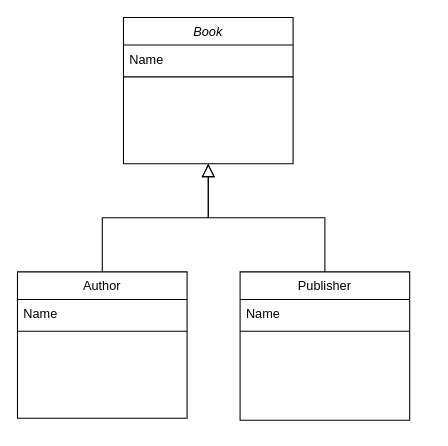
The draw.io diagram week_02/Day1/Multiple Classes.drawio in RodgerBoyce/Homework, before the edit. Source tidied: cells renumbered, new cells numbered last; positions are measured from the earlier drawing's top-left corner, leaving out a move shared by most shapes. Both pictures are drawn from the tidied source at 106%, with x=0, y=0 at pixel (17, 17).
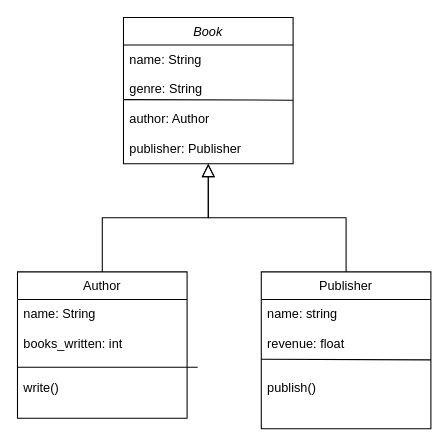
The same page after the edit.

Commit message:
classes diagram

Diff of the diagram source:
```diff
@@
 <mxGraphModel>
   <root>
     <mxCell id="0" />
     <mxCell id="1" parent="0" />
     <mxCell id="2" value="Book" style="swimlane;fontStyle=2;align=center;verticalAlign=top;horizontal=1;startSize=26;rounded=0;shadow=0;strokeWidth=1;" parent="1" vertex="1">
       <mxGeometry x="100" width="160" height="138" as="geometry" />
     </mxCell>
+    <mxCell id="13" style="endArrow=none;html=1;rounded=0;entryX=1;entryY=0.5;entryDx=0;entryDy=0;" parent="2" edge="1" target="3">
+      <mxGeometry relative="1" as="geometry">
+        <mxPoint y="77.5" as="sourcePoint" />
+      </mxGeometry>
+    </mxCell>
-    <mxCell id="3" value="Name" style="text;align=left;verticalAlign=top;spacingLeft=4;spacingRight=4;overflow=hidden;points=[[0,0.5],[1,0.5]];portConstraint=eastwest;" parent="2" vertex="1">
-      <mxGeometry y="26" width="160" height="26" as="geometry" />
+    <mxCell id="3" value="name: String&#10;&#10;genre: String&#10;&#10;author: Author&#10;&#10;publisher: Publisher" style="text;align=left;verticalAlign=top;spacingLeft=4;spacingRight=4;overflow=hidden;points=[[0,0.5],[1,0.5]];portConstraint=eastwest;" parent="2" vertex="1">
+      <mxGeometry y="26" width="160" height="104" as="geometry" />
     </mxCell>
-    <mxCell id="4" style="line;html=1;strokeWidth=1;align=left;verticalAlign=middle;spacingTop=-1;spacingLeft=3;spacingRight=3;labelPosition=right;" parent="2" vertex="1">
-      <mxGeometry y="52" width="160" height="8" as="geometry" />
-    </mxCell>
     <mxCell id="5" value="Author" style="swimlane;fontStyle=0;align=center;verticalAlign=top;horizontal=1;startSize=26;rounded=0;shadow=0;strokeWidth=1;" parent="1" vertex="1">
       <mxGeometry y="240" width="160" height="138" as="geometry" />
     </mxCell>
-    <mxCell id="6" value="Name" style="text;align=left;verticalAlign=top;spacingLeft=4;spacingRight=4;overflow=hidden;points=[[0,0.5],[1,0.5]];portConstraint=eastwest;" parent="5" vertex="1">
-      <mxGeometry y="26" width="160" height="26" as="geometry" />
+    <mxCell id="6" value="name: String&#10;&#10;books_written: int&#10;&#10;&#10;write()" style="text;align=left;verticalAlign=top;spacingLeft=4;spacingRight=4;overflow=hidden;points=[[0,0.5],[1,0.5]];portConstraint=eastwest;" parent="5" vertex="1">
+      <mxGeometry y="26" width="160" height="104" as="geometry" />
     </mxCell>
-    <mxCell id="7" style="line;html=1;strokeWidth=1;align=left;verticalAlign=middle;spacingTop=-1;spacingLeft=3;spacingRight=3;labelPosition=right;" parent="5" vertex="1">
-      <mxGeometry y="52" width="160" height="8" as="geometry" />
-    </mxCell>
+    <mxCell id="14" style="endArrow=none;html=1;rounded=0;" parent="5" edge="1" target="6">
+      <mxGeometry relative="1" as="geometry">
+        <mxPoint y="82.5" as="sourcePoint" />
+      </mxGeometry>
+    </mxCell>
+    <mxCell id="15" style="endArrow=none;html=1;rounded=0;" parent="5" edge="1">
+      <mxGeometry relative="1" as="geometry">
+        <mxPoint y="90" as="sourcePoint" />
+        <mxPoint x="170" y="90" as="targetPoint" />
+      </mxGeometry>
+    </mxCell>
     <mxCell id="8" style="endArrow=block;endSize=10;endFill=0;shadow=0;strokeWidth=1;rounded=0;edgeStyle=elbowEdgeStyle;elbow=vertical;" parent="1" edge="1" source="5" target="2">
       <mxGeometry relative="1" as="geometry" />
     </mxCell>
     <mxCell id="9" value="Publisher" style="swimlane;fontStyle=0;align=center;verticalAlign=top;horizontal=1;startSize=26;rounded=0;shadow=0;strokeWidth=1;" parent="1" vertex="1">
-      <mxGeometry x="210" y="240" width="160" height="140" as="geometry" />
+      <mxGeometry x="230" y="240" width="160" height="148" as="geometry" />
     </mxCell>
+    <mxCell id="16" style="endArrow=none;html=1;rounded=0;" parent="9" edge="1">
+      <mxGeometry relative="1" as="geometry">
+        <mxPoint y="82.5" as="sourcePoint" />
+        <mxPoint x="160" y="83" as="targetPoint" />
+      </mxGeometry>
+    </mxCell>
-    <mxCell id="10" value="Name" style="text;align=left;verticalAlign=top;spacingLeft=4;spacingRight=4;overflow=hidden;" parent="9" vertex="1">
-      <mxGeometry y="26" width="160" height="26" as="geometry" />
+    <mxCell id="10" value="name: string&#10;&#10;revenue: float&#10;&#10;&#10;publish()" style="text;align=left;verticalAlign=top;spacingLeft=4;spacingRight=4;overflow=hidden;" parent="9" vertex="1">
+      <mxGeometry y="26" width="160" height="114" as="geometry" />
     </mxCell>
-    <mxCell id="11" style="line;html=1;strokeWidth=1;align=left;verticalAlign=middle;spacingTop=-1;spacingLeft=3;spacingRight=3;labelPosition=right;" parent="9" vertex="1">
-      <mxGeometry y="52" width="160" height="8" as="geometry" />
-    </mxCell>
     <mxCell id="12" style="endArrow=block;endSize=10;endFill=0;shadow=0;strokeWidth=1;rounded=0;edgeStyle=elbowEdgeStyle;elbow=vertical;" parent="1" edge="1" source="9" target="2">
       <mxGeometry relative="1" as="geometry" />
     </mxCell>
   </root>
 </mxGraphModel>
```
